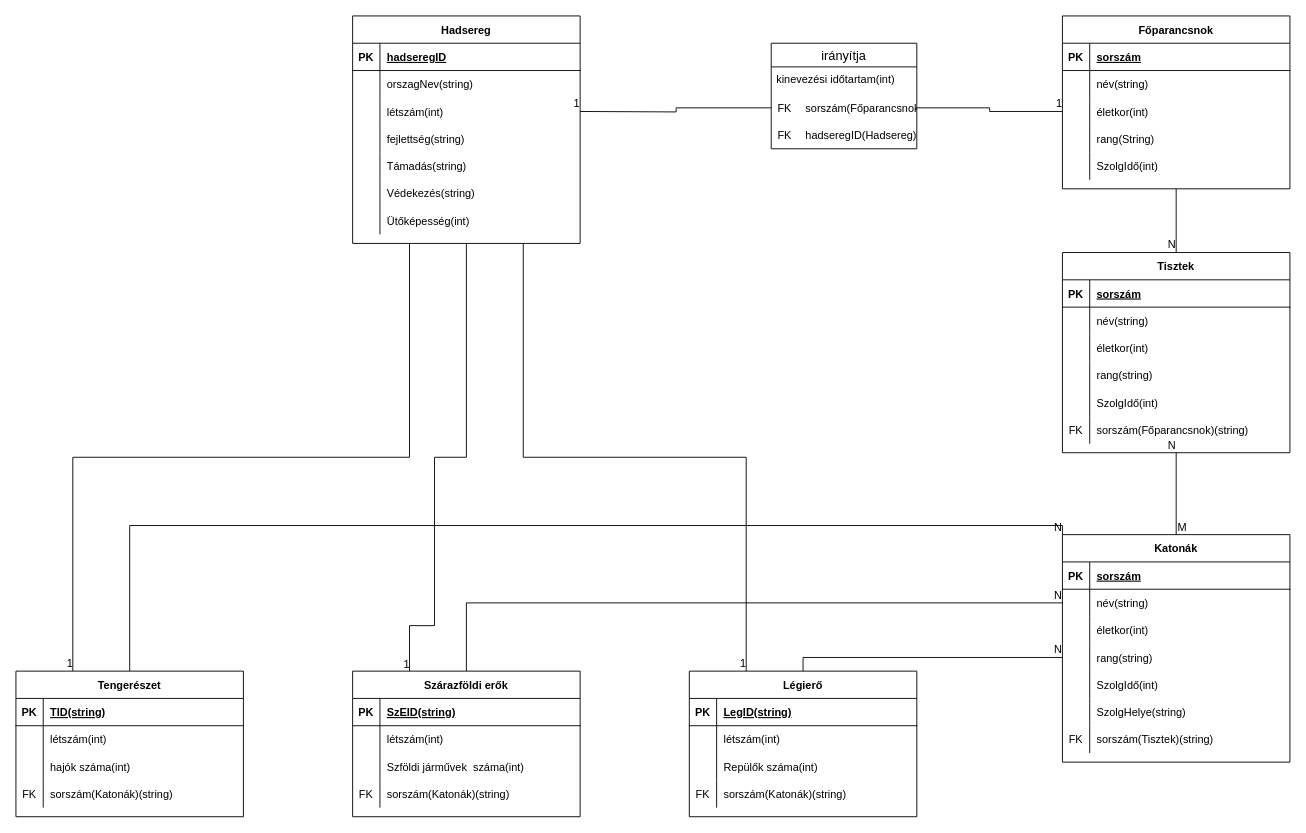
Before: DBSemTaskHEPMIU/RMhepimu.drawio in urbanoliver/HEPMIU_DB1Gyak, a draw.io diagram. Source tidied: cells renumbered, new cells numbered last; positions are measured from the earlier drawing's top-left corner, leaving out a move shared by most shapes. Both pictures are drawn from the tidied source at 91%, with x=0, y=0 at pixel (15, 15).
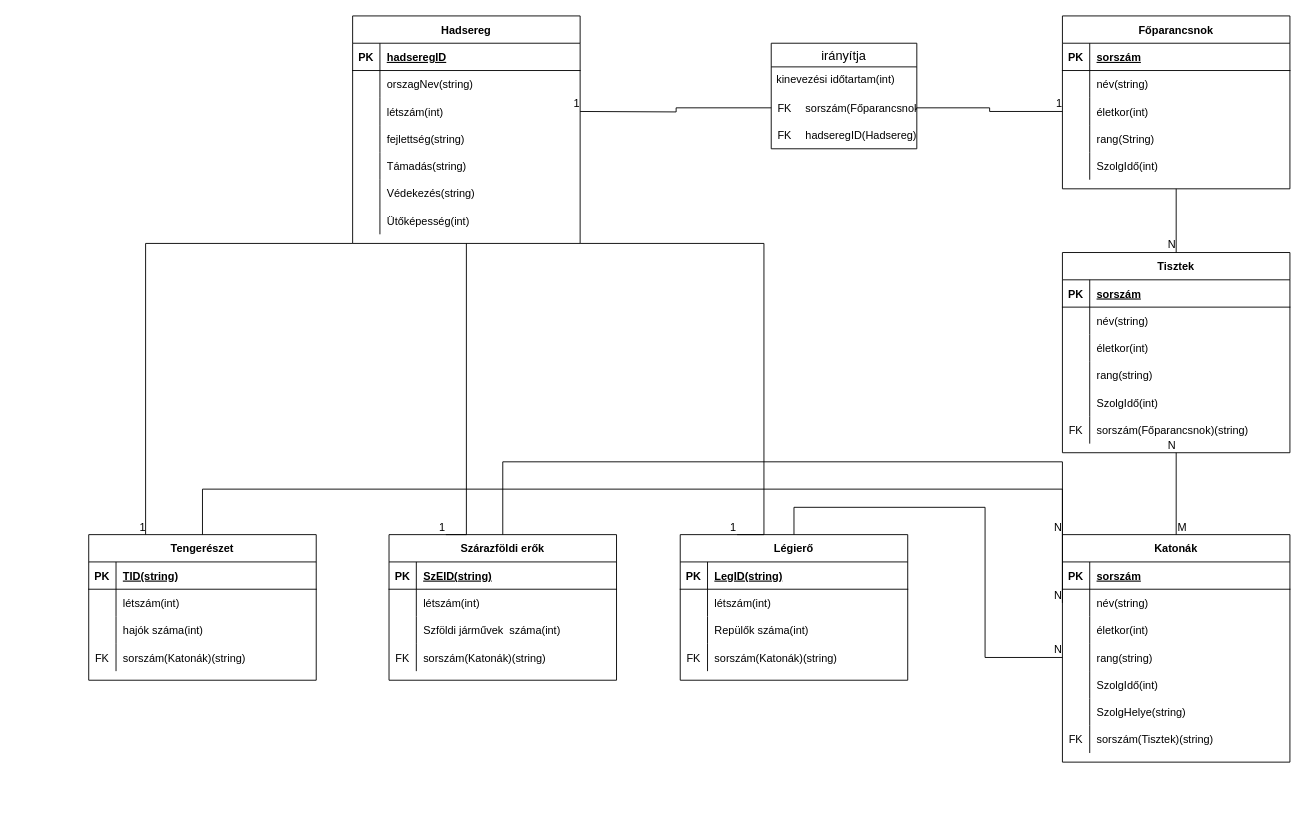
The same diagram, later.

Unchanged cells that the change refers to:
```xml
<mxCell id="18" value="Hadsereg" style="shape=table;startSize=30;childLayout=tableLayout;rowLines=0;fontStyle=1;align=center;" parent="1" vertex="1">
  <mxGeometry x="370" width="250" height="250" as="geometry" />
</mxCell>
<mxCell id="59" value="Katonák" style="shape=table;startSize=30;childLayout=tableLayout;rowLines=0;fontStyle=1;align=center;" parent="1" vertex="1">
  <mxGeometry x="1150" y="570" width="250" height="250" as="geometry" />
</mxCell>
<mxCell id="63" style="shape=partialRectangle;fillColor=none;points=[[0,0.5],[1,0.5]];portConstraint=eastwest;top=0;left=0;right=0;bottom=0;" parent="59" vertex="1">
  <mxGeometry y="60" width="250" height="30" as="geometry" />
</mxCell>
<mxCell id="69" style="shape=tableRow;horizontal=0;startSize=0;swimlaneHead=0;swimlaneBody=0;fillColor=none;points=[[0,0.5],[1,0.5]];portConstraint=eastwest;top=0;left=0;right=0;bottom=0;" parent="59" vertex="1">
  <mxGeometry y="120" width="250" height="30" as="geometry" />
</mxCell>
```

Diff of the diagram source:
```diff
@@
     <mxCell id="81" value="Tengerészet" style="shape=table;startSize=30;childLayout=tableLayout;rowLines=0;fontStyle=1;align=center;" parent="1" vertex="1">
-      <mxGeometry y="720" width="250" height="160" as="geometry" />
+      <mxGeometry x="80" y="570" width="250" height="160" as="geometry" />
     </mxCell>
@@
     <mxCell id="94" value="Szárazföldi erők" style="shape=table;startSize=30;childLayout=tableLayout;rowLines=0;fontStyle=1;align=center;" parent="1" vertex="1">
-      <mxGeometry x="370" y="720" width="250" height="160" as="geometry" />
+      <mxGeometry x="410" y="570" width="250" height="160" as="geometry" />
     </mxCell>
@@
     <mxCell id="107" value="Légierő" style="shape=table;startSize=30;childLayout=tableLayout;rowLines=0;fontStyle=1;align=center;" parent="1" vertex="1">
-      <mxGeometry x="740" y="720" width="250" height="160" as="geometry" />
+      <mxGeometry x="730" y="570" width="250" height="160" as="geometry" />
     </mxCell>
@@
     <mxCell id="138" style="endArrow=none;html=1;rounded=0;entryX=0;entryY=0.5;entryDx=0;entryDy=0;exitX=0.5;exitY=0;exitDx=0;exitDy=0;edgeStyle=orthogonalEdgeStyle;" parent="1" edge="1" source="107" target="69">
-      <mxGeometry relative="1" as="geometry" />
+      <mxGeometry relative="1" as="geometry">
+        <Array as="points">
+          <mxPoint x="855" y="540" />
+          <mxPoint x="1065" y="540" />
+          <mxPoint x="1065" y="705" />
+        </Array>
+      </mxGeometry>
     </mxCell>
@@
     <mxCell id="140" style="endArrow=none;html=1;rounded=0;entryX=0;entryY=0.5;entryDx=0;entryDy=0;exitX=0.5;exitY=0;exitDx=0;exitDy=0;edgeStyle=orthogonalEdgeStyle;" parent="1" edge="1" source="94" target="63">
-      <mxGeometry relative="1" as="geometry" />
+      <mxGeometry relative="1" as="geometry">
+        <Array as="points">
+          <mxPoint x="535" y="490" />
+          <mxPoint x="1150" y="490" />
+        </Array>
+      </mxGeometry>
     </mxCell>
@@
     <mxCell id="142" style="endArrow=none;html=1;rounded=0;entryX=0;entryY=0;entryDx=0;entryDy=0;exitX=0.5;exitY=0;exitDx=0;exitDy=0;edgeStyle=orthogonalEdgeStyle;" parent="1" edge="1" source="81" target="59">
-      <mxGeometry relative="1" as="geometry" />
+      <mxGeometry relative="1" as="geometry">
+        <Array as="points">
+          <mxPoint x="205" y="520" />
+          <mxPoint x="1150" y="520" />
+        </Array>
+      </mxGeometry>
     </mxCell>
@@
-    <mxCell id="144" style="endArrow=none;html=1;rounded=0;exitX=0.25;exitY=1;exitDx=0;exitDy=0;entryX=0.25;entryY=0;entryDx=0;entryDy=0;edgeStyle=orthogonalEdgeStyle;" parent="1" edge="1" source="18" target="81">
-      <mxGeometry relative="1" as="geometry" />
+    <mxCell id="144" style="endArrow=none;html=1;rounded=0;exitX=0;exitY=1;exitDx=0;exitDy=0;entryX=0.25;entryY=0;entryDx=0;entryDy=0;edgeStyle=orthogonalEdgeStyle;" parent="1" edge="1" source="18" target="81">
+      <mxGeometry relative="1" as="geometry">
+        <Array as="points">
+          <mxPoint x="143" y="250" />
+        </Array>
+      </mxGeometry>
     </mxCell>
@@
     <mxCell id="146" style="endArrow=none;html=1;rounded=0;exitX=0.5;exitY=1;exitDx=0;exitDy=0;entryX=0.25;entryY=0;entryDx=0;entryDy=0;edgeStyle=orthogonalEdgeStyle;" parent="1" edge="1" source="18" target="94">
       <mxGeometry relative="1" as="geometry">
         <Array as="points">
-          <mxPoint x="495" y="485" />
-          <mxPoint x="460" y="485" />
-          <mxPoint x="460" y="670" />
-          <mxPoint x="433" y="670" />
+          <mxPoint x="495" y="570" />
         </Array>
       </mxGeometry>
     </mxCell>
@@
-    <mxCell id="148" style="endArrow=none;html=1;rounded=0;exitX=0.75;exitY=1;exitDx=0;exitDy=0;entryX=0.25;entryY=0;entryDx=0;entryDy=0;edgeStyle=orthogonalEdgeStyle;" parent="1" edge="1" source="18" target="107">
-      <mxGeometry relative="1" as="geometry" />
+    <mxCell id="148" style="endArrow=none;html=1;rounded=0;exitX=1;exitY=1;exitDx=0;exitDy=0;entryX=0.25;entryY=0;entryDx=0;entryDy=0;edgeStyle=orthogonalEdgeStyle;" parent="1" edge="1" source="18" target="107">
+      <mxGeometry relative="1" as="geometry">
+        <Array as="points">
+          <mxPoint x="822" y="250" />
+        </Array>
+      </mxGeometry>
     </mxCell>
```
